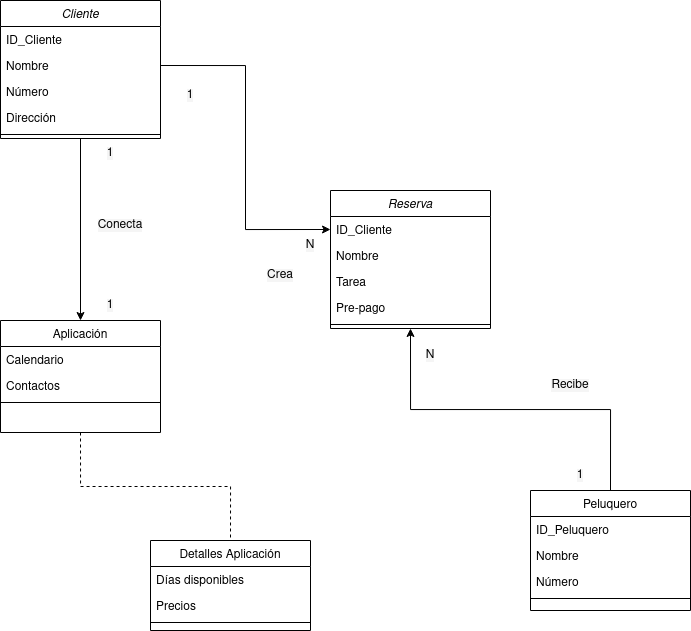
Above: doc/Diagrama de clases/EN-Clases.drawio.png in colidom/proyecto-ets (draw.io), before the change. Source tidied: cells renumbered, new cells last; positions are measured from the earlier drawing's top-left corner, leaving out a move shared by most shapes.
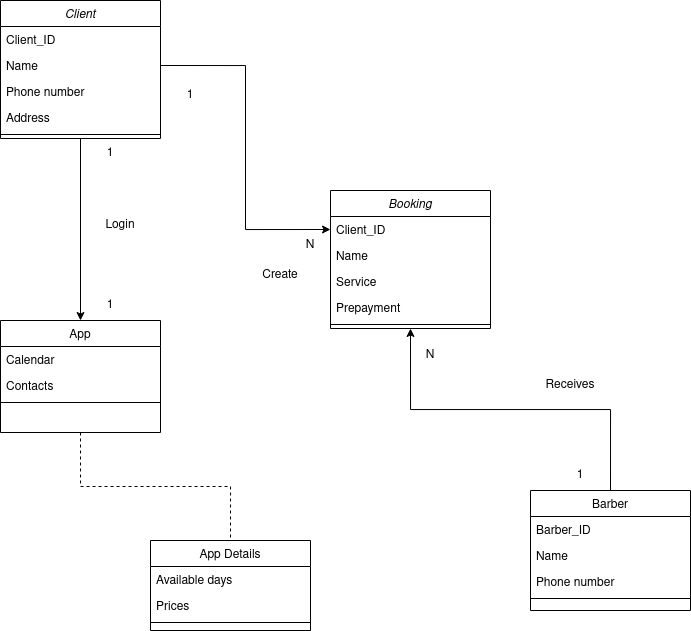
The same diagram one commit later.

What changed in the source:
```diff
@@ -5,19 +5,19 @@
     <mxCell id="2" style="edgeStyle=orthogonalEdgeStyle;rounded=0;jettySize=auto;html=1;exitX=0.5;exitY=1;exitDx=0;exitDy=0;" parent="1" edge="1" source="3" target="10">
       <mxGeometry relative="1" as="geometry" />
     </mxCell>
-    <mxCell id="3" value="Cliente" style="swimlane;fontStyle=2;align=center;verticalAlign=top;horizontal=1;startSize=26;rounded=0;shadow=0;strokeWidth=1;" parent="1" vertex="1">
+    <mxCell id="3" value="Client" style="swimlane;fontStyle=2;align=center;verticalAlign=top;horizontal=1;startSize=26;rounded=0;shadow=0;strokeWidth=1;" parent="1" vertex="1">
       <mxGeometry width="160" height="138" as="geometry" />
     </mxCell>
-    <mxCell id="4" value="ID_Cliente" style="text;align=left;verticalAlign=top;spacingLeft=4;spacingRight=4;overflow=hidden;rounded=0;shadow=0;html=0;" parent="3" vertex="1">
+    <mxCell id="4" value="Client_ID" style="text;align=left;verticalAlign=top;spacingLeft=4;spacingRight=4;overflow=hidden;rounded=0;shadow=0;html=0;" parent="3" vertex="1">
       <mxGeometry y="26" width="160" height="26" as="geometry" />
     </mxCell>
-    <mxCell id="5" value="Nombre" style="text;align=left;verticalAlign=top;spacingLeft=4;spacingRight=4;overflow=hidden;points=[[0,0.5],[1,0.5]];portConstraint=eastwest;" parent="3" vertex="1">
+    <mxCell id="5" value="Name" style="text;align=left;verticalAlign=top;spacingLeft=4;spacingRight=4;overflow=hidden;points=[[0,0.5],[1,0.5]];portConstraint=eastwest;" parent="3" vertex="1">
       <mxGeometry y="52" width="160" height="26" as="geometry" />
     </mxCell>
-    <mxCell id="6" value="Número" style="text;align=left;verticalAlign=top;spacingLeft=4;spacingRight=4;overflow=hidden;rounded=0;shadow=0;html=0;" parent="3" vertex="1">
+    <mxCell id="6" value="Phone number" style="text;align=left;verticalAlign=top;spacingLeft=4;spacingRight=4;overflow=hidden;rounded=0;shadow=0;html=0;" parent="3" vertex="1">
       <mxGeometry y="78" width="160" height="26" as="geometry" />
     </mxCell>
-    <mxCell id="7" value="Dirección" style="text;align=left;verticalAlign=top;spacingLeft=4;spacingRight=4;overflow=hidden;" parent="3" vertex="1">
+    <mxCell id="7" value="Address" style="text;align=left;verticalAlign=top;spacingLeft=4;spacingRight=4;overflow=hidden;" parent="3" vertex="1">
       <mxGeometry y="104" width="160" height="26" as="geometry" />
     </mxCell>
     <mxCell id="8" style="line;html=1;strokeWidth=1;align=left;verticalAlign=middle;spacingTop=-1;spacingLeft=3;spacingRight=3;labelPosition=right;" parent="3" vertex="1">
@@ -26,13 +26,13 @@
     <mxCell id="9" style="edgeStyle=orthogonalEdgeStyle;rounded=0;jettySize=auto;html=1;exitX=0.5;exitY=1;exitDx=0;exitDy=0;entryX=0.5;entryY=0;entryDx=0;entryDy=0;dashed=1;endArrow=none;endFill=0;" parent="1" edge="1" source="10" target="36">
       <mxGeometry relative="1" as="geometry" />
     </mxCell>
-    <mxCell id="10" value="Aplicación" style="swimlane;fontStyle=0;align=center;verticalAlign=top;horizontal=1;startSize=26;rounded=0;shadow=0;strokeWidth=1;" parent="1" vertex="1">
+    <mxCell id="10" value="App" style="swimlane;fontStyle=0;align=center;verticalAlign=top;horizontal=1;startSize=26;rounded=0;shadow=0;strokeWidth=1;" parent="1" vertex="1">
       <mxGeometry y="320" width="160" height="112" as="geometry" />
     </mxCell>
-    <mxCell id="11" value="Calendario" style="text;align=left;verticalAlign=top;spacingLeft=4;spacingRight=4;overflow=hidden;" parent="10" vertex="1">
+    <mxCell id="11" value="Calendar" style="text;align=left;verticalAlign=top;spacingLeft=4;spacingRight=4;overflow=hidden;" parent="10" vertex="1">
       <mxGeometry y="26" width="160" height="26" as="geometry" />
     </mxCell>
-    <mxCell id="12" value="Contactos" style="text;align=left;verticalAlign=top;spacingLeft=4;spacingRight=4;overflow=hidden;rounded=0;shadow=0;html=0;" parent="10" vertex="1">
+    <mxCell id="12" value="Contacts" style="text;align=left;verticalAlign=top;spacingLeft=4;spacingRight=4;overflow=hidden;rounded=0;shadow=0;html=0;" parent="10" vertex="1">
       <mxGeometry y="52" width="160" height="26" as="geometry" />
     </mxCell>
     <mxCell id="13" style="line;html=1;strokeWidth=1;align=left;verticalAlign=middle;spacingTop=-1;spacingLeft=3;spacingRight=3;labelPosition=right;" parent="10" vertex="1">
@@ -41,40 +41,40 @@
     <mxCell id="14" style="edgeStyle=orthogonalEdgeStyle;rounded=0;jettySize=auto;html=1;exitX=0.5;exitY=0;exitDx=0;exitDy=0;entryX=0.5;entryY=1;entryDx=0;entryDy=0;" parent="1" edge="1" source="15" target="22">
       <mxGeometry relative="1" as="geometry" />
     </mxCell>
-    <mxCell id="15" value="Peluquero" style="swimlane;fontStyle=0;align=center;verticalAlign=top;horizontal=1;startSize=26;rounded=0;shadow=0;strokeWidth=1;" parent="1" vertex="1">
+    <mxCell id="15" value="Barber" style="swimlane;fontStyle=0;align=center;verticalAlign=top;horizontal=1;startSize=26;rounded=0;shadow=0;strokeWidth=1;" parent="1" vertex="1">
       <mxGeometry x="530" y="490" width="160" height="120" as="geometry" />
     </mxCell>
-    <mxCell id="16" value="ID_Peluquero" style="text;align=left;verticalAlign=top;spacingLeft=4;spacingRight=4;overflow=hidden;rounded=0;shadow=0;html=0;" parent="15" vertex="1">
+    <mxCell id="16" value="Barber_ID" style="text;align=left;verticalAlign=top;spacingLeft=4;spacingRight=4;overflow=hidden;rounded=0;shadow=0;html=0;" parent="15" vertex="1">
       <mxGeometry y="26" width="160" height="26" as="geometry" />
     </mxCell>
-    <mxCell id="17" value="Nombre" style="text;align=left;verticalAlign=top;spacingLeft=4;spacingRight=4;overflow=hidden;" parent="15" vertex="1">
+    <mxCell id="17" value="Name" style="text;align=left;verticalAlign=top;spacingLeft=4;spacingRight=4;overflow=hidden;" parent="15" vertex="1">
       <mxGeometry y="52" width="160" height="26" as="geometry" />
     </mxCell>
-    <mxCell id="18" value="Número" style="text;align=left;verticalAlign=top;spacingLeft=4;spacingRight=4;overflow=hidden;rounded=0;shadow=0;html=0;" parent="15" vertex="1">
+    <mxCell id="18" value="Phone number" style="text;align=left;verticalAlign=top;spacingLeft=4;spacingRight=4;overflow=hidden;rounded=0;shadow=0;html=0;" parent="15" vertex="1">
       <mxGeometry y="78" width="160" height="26" as="geometry" />
     </mxCell>
     <mxCell id="19" style="line;html=1;strokeWidth=1;align=left;verticalAlign=middle;spacingTop=-1;spacingLeft=3;spacingRight=3;labelPosition=right;" parent="15" vertex="1">
       <mxGeometry y="104" width="160" height="8" as="geometry" />
     </mxCell>
-    <mxCell id="20" value="Conecta" style="text;html=1;strokeColor=none;fillColor=none;align=center;verticalAlign=middle;whiteSpace=wrap;rounded=0;" parent="1" vertex="1">
+    <mxCell id="20" value="Login" style="text;html=1;strokeColor=none;fillColor=none;align=center;verticalAlign=middle;whiteSpace=wrap;rounded=0;" parent="1" vertex="1">
       <mxGeometry x="90" y="210" width="60" height="30" as="geometry" />
     </mxCell>
-    <mxCell id="21" value="Crea" style="text;html=1;strokeColor=none;fillColor=none;align=center;verticalAlign=middle;whiteSpace=wrap;rounded=0;" parent="1" vertex="1">
+    <mxCell id="21" value="Create" style="text;html=1;strokeColor=none;fillColor=none;align=center;verticalAlign=middle;whiteSpace=wrap;rounded=0;" parent="1" vertex="1">
       <mxGeometry x="250" y="260" width="60" height="30" as="geometry" />
     </mxCell>
-    <mxCell id="22" value="Reserva" style="swimlane;fontStyle=2;align=center;verticalAlign=top;horizontal=1;startSize=26;rounded=0;shadow=0;strokeWidth=1;" parent="1" vertex="1">
+    <mxCell id="22" value="Booking" style="swimlane;fontStyle=2;align=center;verticalAlign=top;horizontal=1;startSize=26;rounded=0;shadow=0;strokeWidth=1;" parent="1" vertex="1">
       <mxGeometry x="330" y="190" width="160" height="138" as="geometry" />
     </mxCell>
-    <mxCell id="23" value="ID_Cliente" style="text;align=left;verticalAlign=top;spacingLeft=4;spacingRight=4;overflow=hidden;points=[[0,0.5],[1,0.5]];portConstraint=eastwest;rounded=0;shadow=0;html=0;" parent="22" vertex="1">
+    <mxCell id="23" value="Client_ID" style="text;align=left;verticalAlign=top;spacingLeft=4;spacingRight=4;overflow=hidden;points=[[0,0.5],[1,0.5]];portConstraint=eastwest;rounded=0;shadow=0;html=0;" parent="22" vertex="1">
       <mxGeometry y="26" width="160" height="26" as="geometry" />
     </mxCell>
-    <mxCell id="24" value="Nombre" style="text;align=left;verticalAlign=top;spacingLeft=4;spacingRight=4;overflow=hidden;" parent="22" vertex="1">
+    <mxCell id="24" value="Name" style="text;align=left;verticalAlign=top;spacingLeft=4;spacingRight=4;overflow=hidden;" parent="22" vertex="1">
       <mxGeometry y="52" width="160" height="26" as="geometry" />
     </mxCell>
-    <mxCell id="25" value="Tarea" style="text;align=left;verticalAlign=top;spacingLeft=4;spacingRight=4;overflow=hidden;rounded=0;shadow=0;html=0;" parent="22" vertex="1">
+    <mxCell id="25" value="Service" style="text;align=left;verticalAlign=top;spacingLeft=4;spacingRight=4;overflow=hidden;rounded=0;shadow=0;html=0;" parent="22" vertex="1">
       <mxGeometry y="78" width="160" height="26" as="geometry" />
     </mxCell>
-    <mxCell id="26" value="Pre-pago" style="text;align=left;verticalAlign=top;spacingLeft=4;spacingRight=4;overflow=hidden;" parent="22" vertex="1">
+    <mxCell id="26" value="Prepayment" style="text;align=left;verticalAlign=top;spacingLeft=4;spacingRight=4;overflow=hidden;" parent="22" vertex="1">
       <mxGeometry y="104" width="160" height="26" as="geometry" />
     </mxCell>
     <mxCell id="27" style="line;html=1;strokeWidth=1;align=left;verticalAlign=middle;spacingTop=-1;spacingLeft=3;spacingRight=3;labelPosition=right;" parent="22" vertex="1">
@@ -83,7 +83,7 @@
     <mxCell id="28" style="edgeStyle=orthogonalEdgeStyle;rounded=0;jettySize=auto;html=1;exitX=1;exitY=0.5;exitDx=0;exitDy=0;entryX=0;entryY=0.5;entryDx=0;entryDy=0;" parent="1" edge="1" source="5" target="23">
       <mxGeometry relative="1" as="geometry" />
     </mxCell>
-    <mxCell id="29" value="Recibe" style="text;html=1;strokeColor=none;fillColor=none;align=center;verticalAlign=middle;whiteSpace=wrap;rounded=0;" parent="1" vertex="1">
+    <mxCell id="29" value="Receives" style="text;html=1;strokeColor=none;fillColor=none;align=center;verticalAlign=middle;whiteSpace=wrap;rounded=0;" parent="1" vertex="1">
       <mxGeometry x="540" y="370" width="60" height="30" as="geometry" />
     </mxCell>
     <mxCell id="30" value="1" style="text;html=1;strokeColor=none;fillColor=none;align=center;verticalAlign=middle;whiteSpace=wrap;rounded=0;" parent="1" vertex="1">
@@ -104,13 +104,13 @@
     <mxCell id="35" value="N" style="text;html=1;strokeColor=none;fillColor=none;align=center;verticalAlign=middle;whiteSpace=wrap;rounded=0;" parent="1" vertex="1">
       <mxGeometry x="400" y="340" width="60" height="30" as="geometry" />
     </mxCell>
-    <mxCell id="36" value="Detalles Aplicación" style="swimlane;fontStyle=0;align=center;verticalAlign=top;horizontal=1;startSize=26;rounded=0;shadow=0;strokeWidth=1;" parent="1" vertex="1">
+    <mxCell id="36" value="App Details" style="swimlane;fontStyle=0;align=center;verticalAlign=top;horizontal=1;startSize=26;rounded=0;shadow=0;strokeWidth=1;" parent="1" vertex="1">
       <mxGeometry x="150" y="540" width="160" height="90" as="geometry" />
     </mxCell>
-    <mxCell id="37" value="Días disponibles" style="text;align=left;verticalAlign=top;spacingLeft=4;spacingRight=4;overflow=hidden;" parent="36" vertex="1">
+    <mxCell id="37" value="Available days" style="text;align=left;verticalAlign=top;spacingLeft=4;spacingRight=4;overflow=hidden;" parent="36" vertex="1">
       <mxGeometry y="26" width="160" height="26" as="geometry" />
     </mxCell>
-    <mxCell id="38" value="Precios" style="text;align=left;verticalAlign=top;spacingLeft=4;spacingRight=4;overflow=hidden;rounded=0;shadow=0;html=0;" parent="36" vertex="1">
+    <mxCell id="38" value="Prices" style="text;align=left;verticalAlign=top;spacingLeft=4;spacingRight=4;overflow=hidden;rounded=0;shadow=0;html=0;" parent="36" vertex="1">
       <mxGeometry y="52" width="160" height="26" as="geometry" />
     </mxCell>
     <mxCell id="39" style="line;html=1;strokeWidth=1;align=left;verticalAlign=middle;spacingTop=-1;spacingLeft=3;spacingRight=3;labelPosition=right;" parent="36" vertex="1">
```
